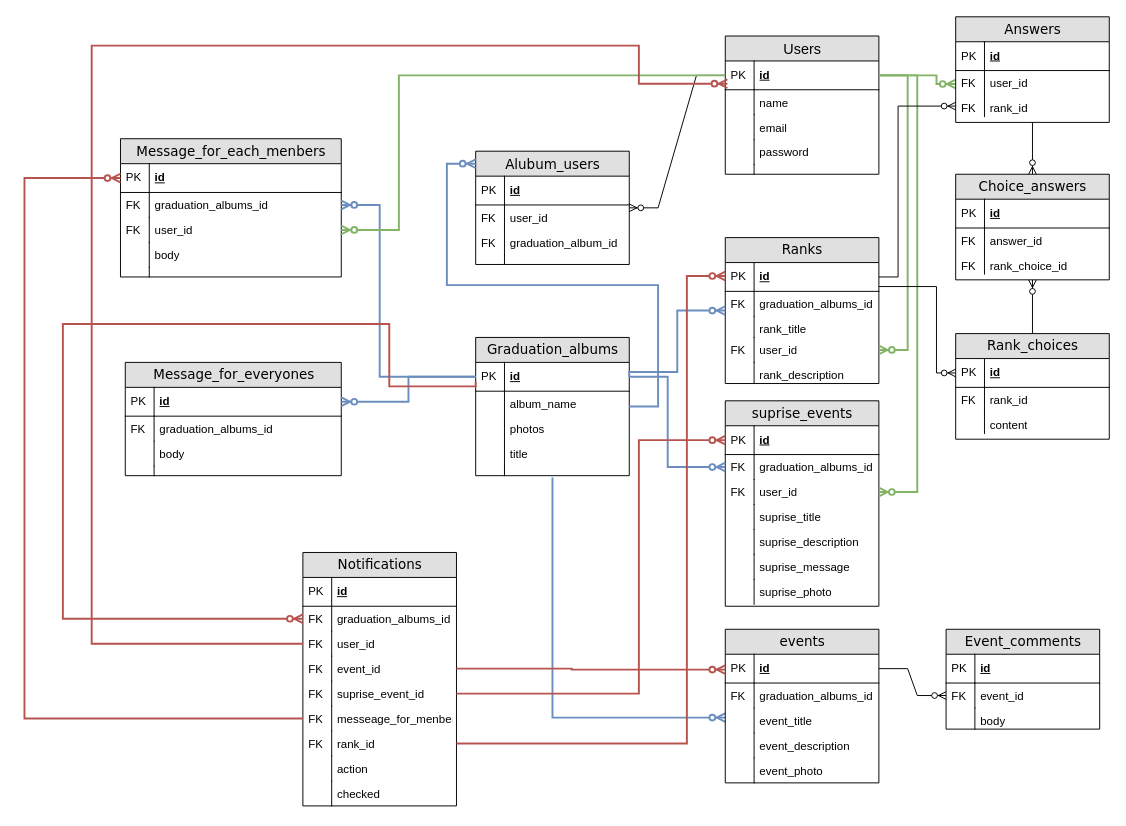
The draw.io diagram er.drawio in yusukedayo/graduation_album, before the edit. Source tidied: cells renumbered, new cells numbered last; positions are measured from the earlier drawing's top-left corner, leaving out a move shared by most shapes. Both pictures are drawn from the tidied source at 96%, with x=0, y=0 at pixel (24, 16).
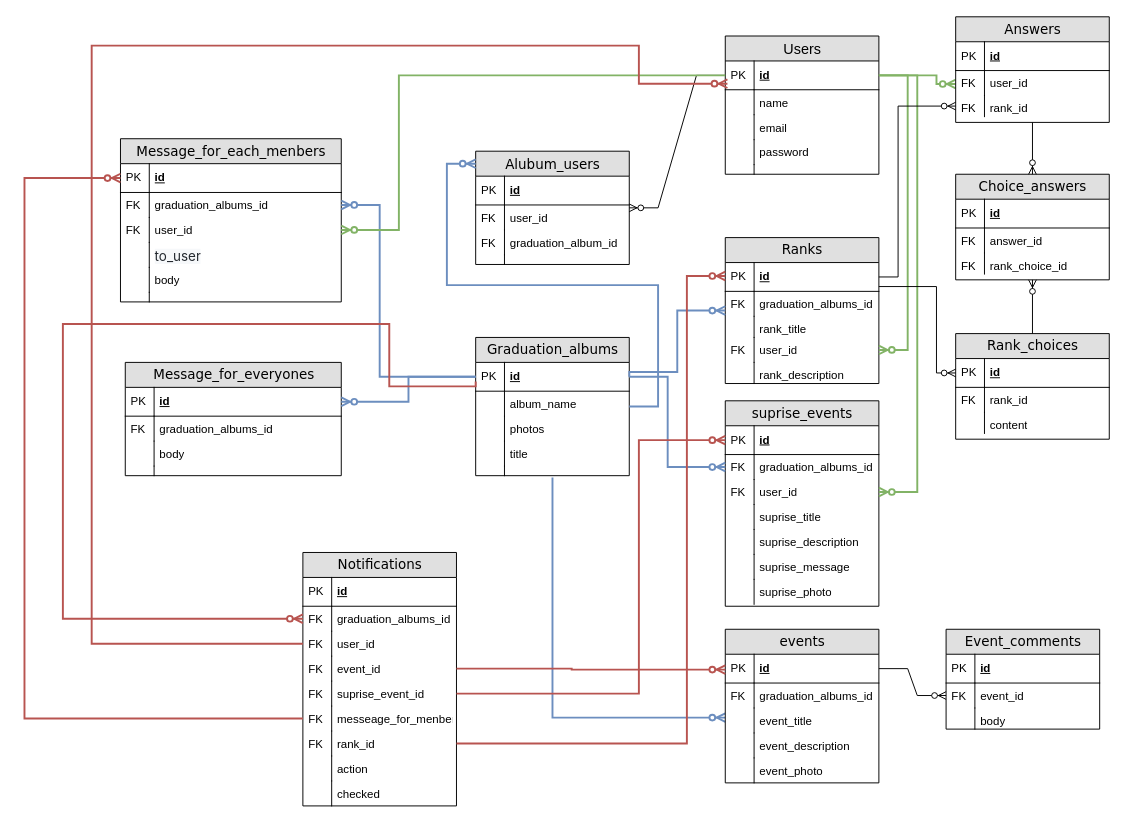
The same diagram, later.

Commit message:
Change: 個別メッセージに誰からかを判定するカラムを追加

Change to the diagram source:
```diff
@@
     <mxCell id="127" value="Message_for_each_menbers" style="swimlane;html=1;fontStyle=0;horizontal=1;startSize=26;fillColor=#e0e0e0;swimlaneFillColor=#ffffff;align=center;rounded=0;shadow=0;comic=0;labelBackgroundColor=none;strokeWidth=1;fontFamily=Verdana;fontSize=14;" parent="1" vertex="1">
-      <mxGeometry x="100" y="127" width="230" height="144" as="geometry" />
+      <mxGeometry x="100" y="127" width="230" height="170" as="geometry" />
     </mxCell>
@@
+    <mxCell id="159" value="&lt;span style=&quot;color: rgb(36, 41, 47); font-family: -apple-system, &amp;quot;system-ui&amp;quot;, &amp;quot;Segoe UI&amp;quot;, Helvetica, Arial, sans-serif, &amp;quot;Apple Color Emoji&amp;quot;, &amp;quot;Segoe UI Emoji&amp;quot;; font-size: 14px; background-color: rgb(246, 248, 250);&quot;&gt;to_user&lt;/span&gt;" style="shape=partialRectangle;top=0;left=0;right=0;bottom=0;html=1;align=left;verticalAlign=top;fillColor=none;spacingLeft=34;spacingRight=4;whiteSpace=wrap;overflow=hidden;" parent="127" vertex="1">
+      <mxGeometry y="108" width="230" height="26" as="geometry" />
+    </mxCell>
+    <mxCell id="160" style="shape=partialRectangle;top=0;left=0;bottom=0;html=1;fillColor=none;align=left;verticalAlign=top;spacingLeft=4;spacingRight=4;whiteSpace=wrap;overflow=hidden;" parent="159" vertex="1">
+      <mxGeometry width="30" height="26" as="geometry" />
+    </mxCell>
     <mxCell id="134" value="body" style="shape=partialRectangle;top=0;left=0;right=0;bottom=0;html=1;align=left;verticalAlign=top;fillColor=none;spacingLeft=34;spacingRight=4;whiteSpace=wrap;overflow=hidden;" parent="127" vertex="1">
-      <mxGeometry y="108" width="230" height="26" as="geometry" />
+      <mxGeometry y="134" width="230" height="26" as="geometry" />
     </mxCell>
@@
     <mxCell id="136" style="shape=partialRectangle;top=0;left=0;right=0;bottom=0;html=1;align=left;verticalAlign=top;fillColor=none;spacingLeft=34;spacingRight=4;whiteSpace=wrap;overflow=hidden;" parent="127" vertex="1">
-      <mxGeometry y="134" width="230" height="10" as="geometry" />
+      <mxGeometry y="160" width="230" height="10" as="geometry" />
     </mxCell>
```
